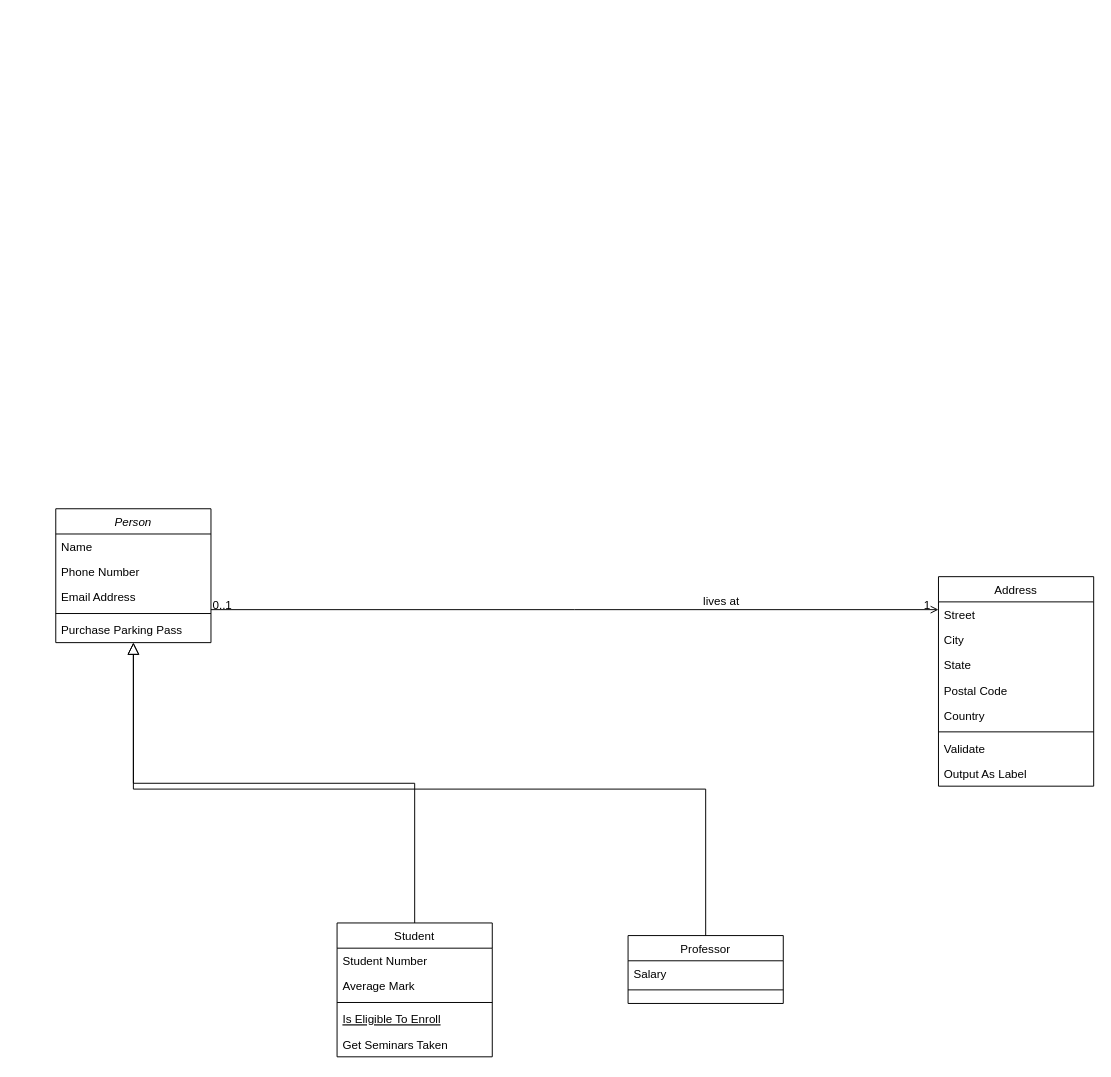
This is database/migrations/Diagramme sans nom.drawio from Mcleroi01/gestpro2024, a draw.io file, before an edit. Source tidied: cells renumbered, new cells numbered last; positions are measured from the earlier drawing's top-left corner, leaving out a move shared by most shapes. Both pictures are drawn from the tidied source at 97%, with x=0, y=0 at pixel (55, 508).
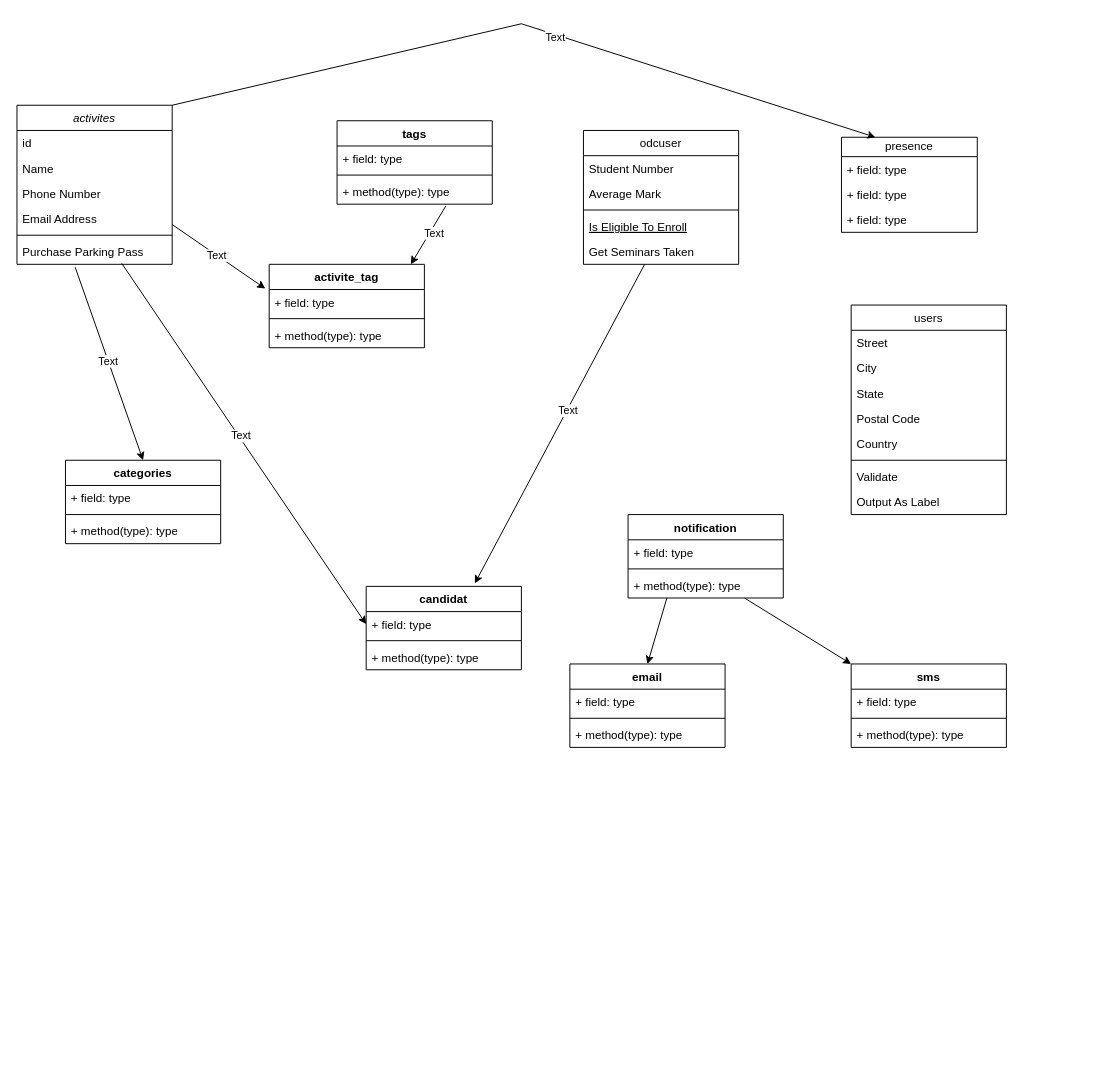
The same page after the edit.

Commit message (it also covers changes not shown here):
Mettre à jour Diagramme sans nom.drawio

The change refers to these unchanged cells:
```xml
<mxCell id="13" value="Get Seminars Taken" style="text;align=left;verticalAlign=top;spacingLeft=4;spacingRight=4;overflow=hidden;points=[[0,0.5],[1,0.5]];portConstraint=eastwest;" parent="8" vertex="1">
  <mxGeometry y="112" width="160" height="26" as="geometry" />
</mxCell>
```

Change to the diagram source:
```diff
@@
-    <mxCell id="2" value="Person" style="swimlane;fontStyle=2;align=center;verticalAlign=top;horizontal=1;startSize=26;rounded=0;shadow=0;strokeWidth=1;" parent="1" vertex="1">
-      <mxGeometry width="160" height="138" as="geometry" />
+    <mxCell id="2" value="activites" style="swimlane;fontStyle=2;align=center;verticalAlign=top;horizontal=1;startSize=26;rounded=0;shadow=0;strokeWidth=1;" parent="1" vertex="1">
+      <mxGeometry x="-40" y="-416" width="160" height="164" as="geometry" />
     </mxCell>
+    <mxCell id="32" value="id" style="text;align=left;verticalAlign=top;spacingLeft=4;spacingRight=4;overflow=hidden;" parent="2" vertex="1">
+      <mxGeometry y="26" width="160" height="26" as="geometry" />
+    </mxCell>
     <mxCell id="3" value="Name" style="text;align=left;verticalAlign=top;spacingLeft=4;spacingRight=4;overflow=hidden;" parent="2" vertex="1">
-      <mxGeometry y="26" width="160" height="26" as="geometry" />
+      <mxGeometry y="52" width="160" height="26" as="geometry" />
     </mxCell>
     <mxCell id="4" value="Phone Number" style="text;align=left;verticalAlign=top;spacingLeft=4;spacingRight=4;overflow=hidden;rounded=0;shadow=0;html=0;" parent="2" vertex="1">
-      <mxGeometry y="52" width="160" height="26" as="geometry" />
+      <mxGeometry y="78" width="160" height="26" as="geometry" />
     </mxCell>
     <mxCell id="5" value="Email Address" style="text;align=left;verticalAlign=top;spacingLeft=4;spacingRight=4;overflow=hidden;rounded=0;shadow=0;html=0;" parent="2" vertex="1">
-      <mxGeometry y="78" width="160" height="26" as="geometry" />
+      <mxGeometry y="104" width="160" height="26" as="geometry" />
     </mxCell>
     <mxCell id="6" style="line;html=1;strokeWidth=1;align=left;verticalAlign=middle;spacingTop=-1;spacingLeft=3;spacingRight=3;labelPosition=right;" parent="2" vertex="1">
-      <mxGeometry y="104" width="160" height="8" as="geometry" />
+      <mxGeometry y="130" width="160" height="8" as="geometry" />
     </mxCell>
     <mxCell id="7" value="Purchase Parking Pass" style="text;align=left;verticalAlign=top;spacingLeft=4;spacingRight=4;overflow=hidden;points=[[0,0.5],[1,0.5]];portConstraint=eastwest;" parent="2" vertex="1">
-      <mxGeometry y="112" width="160" height="26" as="geometry" />
+      <mxGeometry y="138" width="160" height="26" as="geometry" />
     </mxCell>
-    <mxCell id="8" value="Student" style="swimlane;fontStyle=0;align=center;verticalAlign=top;horizontal=1;startSize=26;rounded=0;shadow=0;strokeWidth=1;" parent="1" vertex="1">
-      <mxGeometry x="290" y="427" width="160" height="138" as="geometry" />
+    <mxCell id="8" value="odcuser" style="swimlane;fontStyle=0;align=center;verticalAlign=top;horizontal=1;startSize=26;rounded=0;shadow=0;strokeWidth=1;" parent="1" vertex="1">
+      <mxGeometry x="544" y="-390" width="160" height="138" as="geometry" />
     </mxCell>
@@
-    <mxCell id="14" style="endArrow=block;endSize=10;endFill=0;shadow=0;strokeWidth=1;rounded=0;curved=0;edgeStyle=elbowEdgeStyle;elbow=vertical;" parent="1" edge="1" source="8" target="2">
-      <mxGeometry relative="1" as="geometry" />
-    </mxCell>
-    <mxCell id="15" value="Professor" style="swimlane;fontStyle=0;align=center;verticalAlign=top;horizontal=1;startSize=26;rounded=0;shadow=0;strokeWidth=1;" parent="1" vertex="1">
-      <mxGeometry x="590" y="440" width="160" height="70" as="geometry" />
-    </mxCell>
-    <mxCell id="16" value="Salary" style="text;align=left;verticalAlign=top;spacingLeft=4;spacingRight=4;overflow=hidden;" parent="15" vertex="1">
-      <mxGeometry y="26" width="160" height="26" as="geometry" />
-    </mxCell>
-    <mxCell id="17" style="line;html=1;strokeWidth=1;align=left;verticalAlign=middle;spacingTop=-1;spacingLeft=3;spacingRight=3;labelPosition=right;" parent="15" vertex="1">
-      <mxGeometry y="52" width="160" height="8" as="geometry" />
-    </mxCell>
-    <mxCell id="18" style="endArrow=block;endSize=10;endFill=0;shadow=0;strokeWidth=1;rounded=0;curved=0;edgeStyle=elbowEdgeStyle;elbow=vertical;" parent="1" edge="1" source="15" target="2">
-      <mxGeometry relative="1" as="geometry" />
-    </mxCell>
-    <mxCell id="19" value="Address" style="swimlane;fontStyle=0;align=center;verticalAlign=top;horizontal=1;startSize=26;rounded=0;shadow=0;strokeWidth=1;" parent="1" vertex="1">
-      <mxGeometry x="910" y="70" width="160" height="216" as="geometry" />
+    <mxCell id="19" value="users" style="swimlane;fontStyle=0;align=center;verticalAlign=top;horizontal=1;startSize=26;rounded=0;shadow=0;strokeWidth=1;" parent="1" vertex="1">
+      <mxGeometry x="820" y="-210" width="160" height="216" as="geometry" />
     </mxCell>
@@
-    <mxCell id="28" style="endArrow=open;shadow=0;strokeWidth=1;rounded=0;curved=0;endFill=1;edgeStyle=elbowEdgeStyle;elbow=vertical;" parent="1" edge="1" source="2" target="19">
-      <mxGeometry x="0.5" y="41" relative="1" as="geometry">
-        <mxPoint x="-40" y="32" as="offset" />
-      </mxGeometry>
-    </mxCell>
-    <mxCell id="29" value="0..1" style="align=left;verticalAlign=bottom;labelBackgroundColor=none;fontSize=12;" parent="28" vertex="1">
-      <mxGeometry x="-1" relative="1" as="geometry">
-        <mxPoint y="4" as="offset" />
-      </mxGeometry>
-    </mxCell>
-    <mxCell id="30" value="1" style="align=right;verticalAlign=bottom;labelBackgroundColor=none;fontSize=12;" parent="28" vertex="1">
-      <mxGeometry x="1" relative="1" as="geometry">
-        <mxPoint x="-7" y="4" as="offset" />
-      </mxGeometry>
-    </mxCell>
-    <mxCell id="31" value="lives at" style="text;html=1;align=center;verticalAlign=middle;labelBackgroundColor=none;rounded=0;shadow=0;strokeWidth=1;fontSize=12;" parent="28" vertex="1">
-      <mxGeometry x="0.5" y="49" relative="1" as="geometry">
-        <mxPoint x="-38" y="40" as="offset" />
-      </mxGeometry>
-    </mxCell>
+    <mxCell id="33" value="presence" style="swimlane;fontStyle=0;horizontal=1;startSize=20;fillColor=none;whiteSpace=wrap;html=1;" parent="1" vertex="1">
+      <mxGeometry x="810" y="-383" width="140" height="98" as="geometry" />
+    </mxCell>
+    <mxCell id="34" value="+ field: type" style="text;strokeColor=none;fillColor=none;align=left;verticalAlign=top;spacingLeft=4;spacingRight=4;overflow=hidden;whiteSpace=wrap;html=1;" parent="33" vertex="1">
+      <mxGeometry y="20" width="140" height="26" as="geometry" />
+    </mxCell>
+    <mxCell id="35" value="+ field: type" style="text;strokeColor=none;fillColor=none;align=left;verticalAlign=top;spacingLeft=4;spacingRight=4;overflow=hidden;whiteSpace=wrap;html=1;" parent="33" vertex="1">
+      <mxGeometry y="46" width="140" height="26" as="geometry" />
+    </mxCell>
+    <mxCell id="36" value="+ field: type" style="text;strokeColor=none;fillColor=none;align=left;verticalAlign=top;spacingLeft=4;spacingRight=4;overflow=hidden;whiteSpace=wrap;html=1;" parent="33" vertex="1">
+      <mxGeometry y="72" width="140" height="26" as="geometry" />
+    </mxCell>
+    <mxCell id="37" value="candidat" style="swimlane;fontStyle=1;align=center;verticalAlign=top;horizontal=1;startSize=26;whiteSpace=wrap;html=1;" parent="1" vertex="1">
+      <mxGeometry x="320" y="80" width="160" height="86" as="geometry" />
+    </mxCell>
+    <mxCell id="38" value="+ field: type" style="text;strokeColor=none;fillColor=none;align=left;verticalAlign=top;spacingLeft=4;spacingRight=4;overflow=hidden;points=[[0,0.5],[1,0.5]];portConstraint=eastwest;whiteSpace=wrap;html=1;" parent="37" vertex="1">
+      <mxGeometry y="26" width="160" height="26" as="geometry" />
+    </mxCell>
+    <mxCell id="39" style="line;strokeWidth=1;fillColor=none;align=left;verticalAlign=middle;spacingTop=-1;spacingLeft=3;spacingRight=3;labelPosition=right;strokeColor=inherit;" parent="37" vertex="1">
+      <mxGeometry y="52" width="160" height="8" as="geometry" />
+    </mxCell>
+    <mxCell id="40" value="+ method(type): type" style="text;strokeColor=none;fillColor=none;align=left;verticalAlign=top;spacingLeft=4;spacingRight=4;overflow=hidden;whiteSpace=wrap;html=1;" parent="37" vertex="1">
+      <mxGeometry y="60" width="160" height="26" as="geometry" />
+    </mxCell>
+    <mxCell id="41" value="tags" style="swimlane;fontStyle=1;align=center;verticalAlign=top;horizontal=1;startSize=26;whiteSpace=wrap;html=1;" parent="1" vertex="1">
+      <mxGeometry x="290" y="-400" width="160" height="86" as="geometry" />
+    </mxCell>
+    <mxCell id="42" value="+ field: type" style="text;strokeColor=none;fillColor=none;align=left;verticalAlign=top;spacingLeft=4;spacingRight=4;overflow=hidden;whiteSpace=wrap;html=1;" parent="41" vertex="1">
+      <mxGeometry y="26" width="160" height="26" as="geometry" />
+    </mxCell>
+    <mxCell id="43" style="line;strokeWidth=1;fillColor=none;align=left;verticalAlign=middle;spacingTop=-1;spacingLeft=3;spacingRight=3;labelPosition=right;strokeColor=inherit;" parent="41" vertex="1">
+      <mxGeometry y="52" width="160" height="8" as="geometry" />
+    </mxCell>
+    <mxCell id="44" value="+ method(type): type" style="text;strokeColor=none;fillColor=none;align=left;verticalAlign=top;spacingLeft=4;spacingRight=4;overflow=hidden;points=[[0,0.5],[1,0.5]];portConstraint=eastwest;whiteSpace=wrap;html=1;" parent="41" vertex="1">
+      <mxGeometry y="60" width="160" height="26" as="geometry" />
+    </mxCell>
+    <mxCell id="45" value="categories" style="swimlane;fontStyle=1;align=center;verticalAlign=top;horizontal=1;startSize=26;whiteSpace=wrap;html=1;" parent="1" vertex="1">
+      <mxGeometry x="10" y="-50" width="160" height="86" as="geometry" />
+    </mxCell>
+    <mxCell id="46" value="+ field: type" style="text;strokeColor=none;fillColor=none;align=left;verticalAlign=top;spacingLeft=4;spacingRight=4;overflow=hidden;whiteSpace=wrap;html=1;" parent="45" vertex="1">
+      <mxGeometry y="26" width="160" height="26" as="geometry" />
+    </mxCell>
+    <mxCell id="47" style="line;strokeWidth=1;fillColor=none;align=left;verticalAlign=middle;spacingTop=-1;spacingLeft=3;spacingRight=3;labelPosition=right;strokeColor=inherit;" parent="45" vertex="1">
+      <mxGeometry y="52" width="160" height="8" as="geometry" />
+    </mxCell>
+    <mxCell id="48" value="+ method(type): type" style="text;strokeColor=none;fillColor=none;align=left;verticalAlign=top;spacingLeft=4;spacingRight=4;overflow=hidden;whiteSpace=wrap;html=1;" parent="45" vertex="1">
+      <mxGeometry y="60" width="160" height="26" as="geometry" />
+    </mxCell>
+    <mxCell id="49" value="activite_tag" style="swimlane;fontStyle=1;align=center;verticalAlign=top;horizontal=1;startSize=26;whiteSpace=wrap;html=1;" parent="1" vertex="1">
+      <mxGeometry x="220" y="-252" width="160" height="86" as="geometry" />
+    </mxCell>
+    <mxCell id="50" value="+ field: type" style="text;strokeColor=none;fillColor=none;align=left;verticalAlign=top;spacingLeft=4;spacingRight=4;overflow=hidden;points=[[0,0.5],[1,0.5]];portConstraint=eastwest;whiteSpace=wrap;html=1;" parent="49" vertex="1">
+      <mxGeometry y="26" width="160" height="26" as="geometry" />
+    </mxCell>
+    <mxCell id="51" style="line;strokeWidth=1;fillColor=none;align=left;verticalAlign=middle;spacingTop=-1;spacingLeft=3;spacingRight=3;labelPosition=right;strokeColor=inherit;" parent="49" vertex="1">
+      <mxGeometry y="52" width="160" height="8" as="geometry" />
+    </mxCell>
+    <mxCell id="52" value="+ method(type): type" style="text;strokeColor=none;fillColor=none;align=left;verticalAlign=top;spacingLeft=4;spacingRight=4;overflow=hidden;whiteSpace=wrap;html=1;" parent="49" vertex="1">
+      <mxGeometry y="60" width="160" height="26" as="geometry" />
+    </mxCell>
+    <mxCell id="53" style="endArrow=classic;html=1;rounded=0;exitX=0.7;exitY=1.077;exitDx=0;exitDy=0;exitPerimeter=0;entryX=0.913;entryY=0;entryDx=0;entryDy=0;entryPerimeter=0;" parent="1" edge="1" source="44" target="49">
+      <mxGeometry relative="1" as="geometry" />
+    </mxCell>
+    <mxCell id="54" value="Text" style="edgeLabel;html=1;align=center;verticalAlign=middle;" parent="53" vertex="1">
+      <mxGeometry x="-0.15" y="3" relative="1" as="geometry" />
+    </mxCell>
+    <mxCell id="55" style="endArrow=classic;html=1;rounded=0;exitX=1;exitY=0.75;exitDx=0;exitDy=0;entryX=-0.025;entryY=-0.038;entryDx=0;entryDy=0;entryPerimeter=0;" parent="1" edge="1" source="2" target="50">
+      <mxGeometry relative="1" as="geometry" />
+    </mxCell>
+    <mxCell id="56" value="Text" style="edgeLabel;html=1;align=center;verticalAlign=middle;" parent="55" vertex="1">
+      <mxGeometry x="-0.05" y="1" relative="1" as="geometry">
+        <mxPoint y="1" as="offset" />
+      </mxGeometry>
+    </mxCell>
+    <mxCell id="57" style="endArrow=classic;html=1;rounded=0;exitX=0.375;exitY=1.115;exitDx=0;exitDy=0;exitPerimeter=0;entryX=0.5;entryY=0;entryDx=0;entryDy=0;" parent="1" edge="1" source="7" target="45">
+      <mxGeometry relative="1" as="geometry" />
+    </mxCell>
+    <mxCell id="58" value="Text" style="edgeLabel;html=1;align=center;verticalAlign=middle;" parent="57" vertex="1">
+      <mxGeometry x="-0.03" relative="1" as="geometry" />
+    </mxCell>
+    <mxCell id="59" style="endArrow=classic;html=1;rounded=0;exitX=0.394;exitY=1;exitDx=0;exitDy=0;exitPerimeter=0;entryX=0.7;entryY=-0.035;entryDx=0;entryDy=0;entryPerimeter=0;" parent="1" edge="1" source="13" target="37">
+      <mxGeometry relative="1" as="geometry" />
+    </mxCell>
+    <mxCell id="60" value="Text" style="edgeLabel;html=1;align=center;verticalAlign=middle;" parent="59" vertex="1">
+      <mxGeometry x="-0.09" relative="1" as="geometry" />
+    </mxCell>
+    <mxCell id="61" style="endArrow=classic;html=1;rounded=0;exitX=0.675;exitY=0.962;exitDx=0;exitDy=0;exitPerimeter=0;entryX=0;entryY=0.5;entryDx=0;entryDy=0;" parent="1" edge="1" source="7" target="38">
+      <mxGeometry relative="1" as="geometry" />
+    </mxCell>
+    <mxCell id="62" value="Text" style="edgeLabel;html=1;align=center;verticalAlign=middle;" parent="61" vertex="1">
+      <mxGeometry x="-0.04" y="2" relative="1" as="geometry" />
+    </mxCell>
+    <mxCell id="63" style="endArrow=classic;html=1;rounded=0;exitX=1;exitY=0;exitDx=0;exitDy=0;entryX=0.25;entryY=0;entryDx=0;entryDy=0;" parent="1" edge="1" source="2" target="33">
+      <mxGeometry relative="1" as="geometry">
+        <Array as="points">
+          <mxPoint x="480" y="-500" />
+        </Array>
+      </mxGeometry>
+    </mxCell>
+    <mxCell id="64" value="Text" style="edgeLabel;html=1;align=center;verticalAlign=middle;" parent="63" vertex="1">
+      <mxGeometry x="0.08" y="-2" relative="1" as="geometry" />
+    </mxCell>
+    <mxCell id="65" value="notification" style="swimlane;fontStyle=1;align=center;verticalAlign=top;horizontal=1;startSize=26;whiteSpace=wrap;html=1;" parent="1" vertex="1">
+      <mxGeometry x="590" y="6" width="160" height="86" as="geometry" />
+    </mxCell>
+    <mxCell id="66" value="+ field: type" style="text;strokeColor=none;fillColor=none;align=left;verticalAlign=top;spacingLeft=4;spacingRight=4;overflow=hidden;whiteSpace=wrap;html=1;" parent="65" vertex="1">
+      <mxGeometry y="26" width="160" height="26" as="geometry" />
+    </mxCell>
+    <mxCell id="67" style="line;strokeWidth=1;fillColor=none;align=left;verticalAlign=middle;spacingTop=-1;spacingLeft=3;spacingRight=3;labelPosition=right;strokeColor=inherit;" parent="65" vertex="1">
+      <mxGeometry y="52" width="160" height="8" as="geometry" />
+    </mxCell>
+    <mxCell id="68" value="+ method(type): type" style="text;strokeColor=none;fillColor=none;align=left;verticalAlign=top;spacingLeft=4;spacingRight=4;overflow=hidden;whiteSpace=wrap;html=1;" parent="65" vertex="1">
+      <mxGeometry y="60" width="160" height="26" as="geometry" />
+    </mxCell>
+    <mxCell id="69" value="email" style="swimlane;fontStyle=1;align=center;verticalAlign=top;horizontal=1;startSize=26;whiteSpace=wrap;html=1;" parent="1" vertex="1">
+      <mxGeometry x="530" y="160" width="160" height="86" as="geometry" />
+    </mxCell>
+    <mxCell id="70" value="+ field: type" style="text;strokeColor=none;fillColor=none;align=left;verticalAlign=top;spacingLeft=4;spacingRight=4;overflow=hidden;whiteSpace=wrap;html=1;" parent="69" vertex="1">
+      <mxGeometry y="26" width="160" height="26" as="geometry" />
+    </mxCell>
+    <mxCell id="71" style="line;strokeWidth=1;fillColor=none;align=left;verticalAlign=middle;spacingTop=-1;spacingLeft=3;spacingRight=3;labelPosition=right;strokeColor=inherit;" parent="69" vertex="1">
+      <mxGeometry y="52" width="160" height="8" as="geometry" />
+    </mxCell>
+    <mxCell id="72" value="+ method(type): type" style="text;strokeColor=none;fillColor=none;align=left;verticalAlign=top;spacingLeft=4;spacingRight=4;overflow=hidden;whiteSpace=wrap;html=1;" parent="69" vertex="1">
+      <mxGeometry y="60" width="160" height="26" as="geometry" />
+    </mxCell>
+    <mxCell id="73" value="sms" style="swimlane;fontStyle=1;align=center;verticalAlign=top;horizontal=1;startSize=26;whiteSpace=wrap;html=1;" parent="1" vertex="1">
+      <mxGeometry x="820" y="160" width="160" height="86" as="geometry" />
+    </mxCell>
+    <mxCell id="74" value="+ field: type" style="text;strokeColor=none;fillColor=none;align=left;verticalAlign=top;spacingLeft=4;spacingRight=4;overflow=hidden;whiteSpace=wrap;html=1;" parent="73" vertex="1">
+      <mxGeometry y="26" width="160" height="26" as="geometry" />
+    </mxCell>
+    <mxCell id="75" style="line;strokeWidth=1;fillColor=none;align=left;verticalAlign=middle;spacingTop=-1;spacingLeft=3;spacingRight=3;labelPosition=right;strokeColor=inherit;" parent="73" vertex="1">
+      <mxGeometry y="52" width="160" height="8" as="geometry" />
+    </mxCell>
+    <mxCell id="76" value="+ method(type): type" style="text;strokeColor=none;fillColor=none;align=left;verticalAlign=top;spacingLeft=4;spacingRight=4;overflow=hidden;whiteSpace=wrap;html=1;" parent="73" vertex="1">
+      <mxGeometry y="60" width="160" height="26" as="geometry" />
+    </mxCell>
+    <mxCell id="77" style="endArrow=classic;html=1;rounded=0;exitX=0.25;exitY=1;exitDx=0;exitDy=0;entryX=0.5;entryY=0;entryDx=0;entryDy=0;" parent="1" edge="1" source="65" target="69">
+      <mxGeometry relative="1" as="geometry" />
+    </mxCell>
+    <mxCell id="78" style="endArrow=classic;html=1;rounded=0;exitX=0.75;exitY=1;exitDx=0;exitDy=0;entryX=0;entryY=0;entryDx=0;entryDy=0;" parent="1" edge="1" source="65" target="73">
+      <mxGeometry relative="1" as="geometry" />
+    </mxCell>
```
